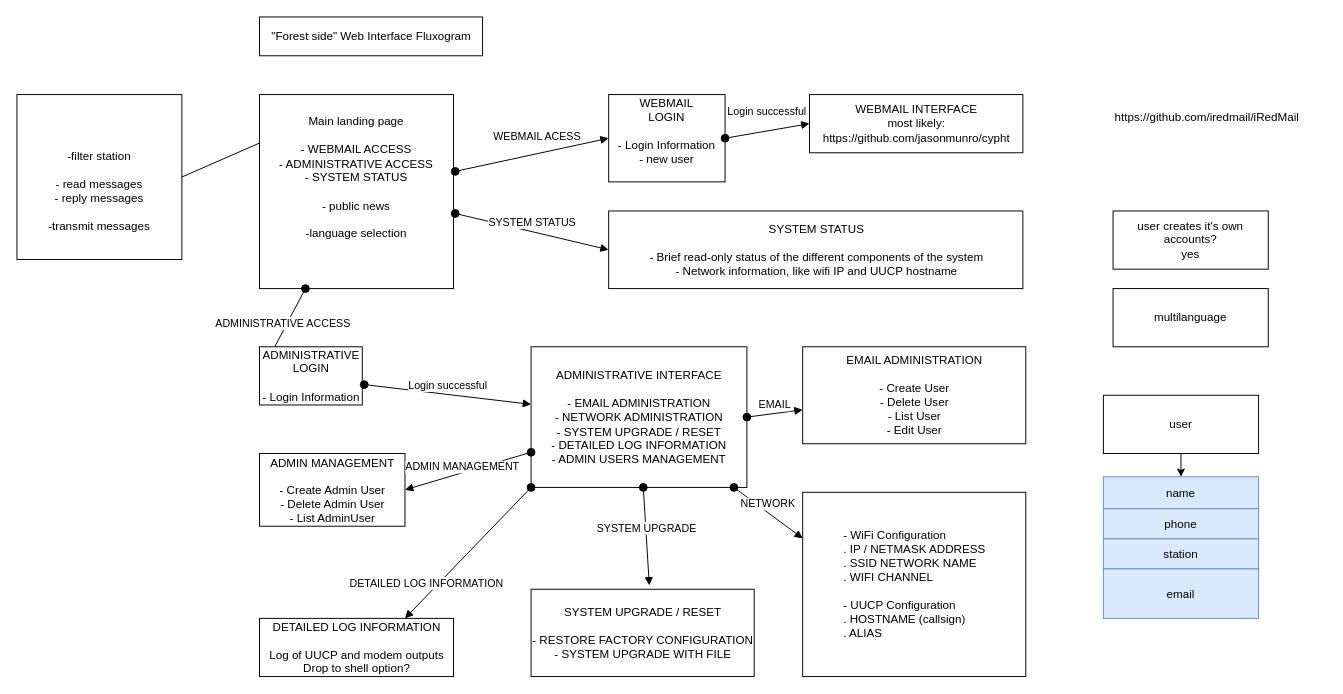
DigitalHERMES/interface keeps this draw.io diagram as interface_fluxogram.drawio. Above is the earlier version. Source tidied: cells renumbered, new cells numbered last; positions are measured from the earlier drawing's top-left corner, leaving out a move shared by most shapes. Both pictures are drawn from the tidied source at 97%, with x=0, y=0 at pixel (16, 16).
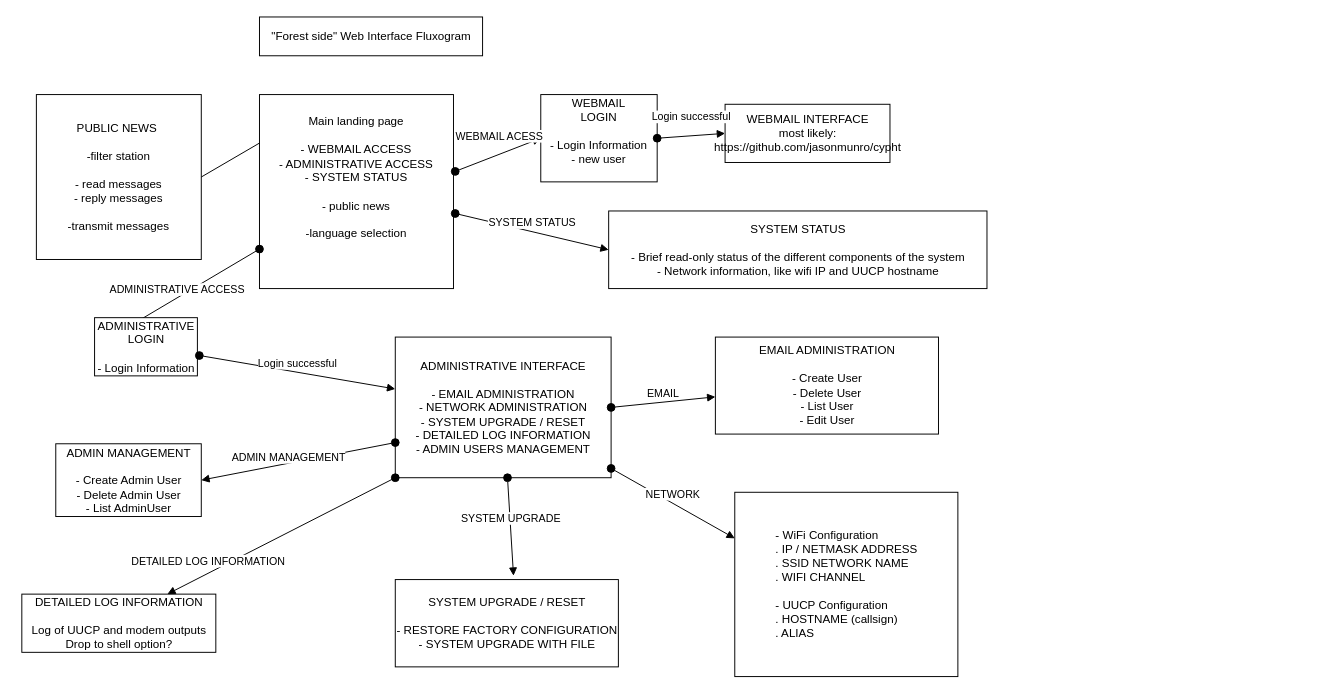
Above is the later version.

The edit, as a diff of the source:
```diff
@@
     <mxCell id="3" value="&lt;div&gt;WEBMAIL&lt;/div&gt;&lt;div&gt;LOGIN&lt;br&gt;&lt;/div&gt;&lt;div&gt;&lt;br&gt;&lt;/div&gt;&lt;div&gt;- Login Information&lt;/div&gt;&lt;div&gt;&lt;div&gt;- new user&lt;/div&gt;&lt;div&gt;&lt;br&gt;&lt;/div&gt;&lt;/div&gt;" style="rounded=0;whiteSpace=wrap;html=1;" parent="1" vertex="1">
-      <mxGeometry x="610" y="80" width="120" height="90" as="geometry" />
+      <mxGeometry x="540" y="80" width="120" height="90" as="geometry" />
     </mxCell>
@@
     <mxCell id="5" value="&lt;div&gt;SYSTEM STATUS&lt;/div&gt;&lt;div&gt;&lt;br&gt;&lt;/div&gt;&lt;div&gt;- Brief read-only status of the different components of the system&lt;/div&gt;&lt;div&gt;- Network information, like wifi IP and UUCP hostname&lt;br&gt;&lt;/div&gt;" style="html=1;" parent="1" vertex="1">
-      <mxGeometry x="610" y="200" width="427" height="80" as="geometry" />
+      <mxGeometry x="610" y="200" width="390" height="80" as="geometry" />
     </mxCell>
@@
     <mxCell id="7" value="&lt;div&gt;WEBMAIL INTERFACE&lt;br&gt;&lt;/div&gt;&lt;div&gt;most likely:&lt;/div&gt;&lt;div&gt; https://github.com/jasonmunro/cypht&lt;br&gt;&lt;/div&gt;" style="html=1;" parent="1" vertex="1">
-      <mxGeometry x="817" y="80" width="220" height="60" as="geometry" />
+      <mxGeometry x="730" y="90" width="170" height="60" as="geometry" />
     </mxCell>
@@
     <mxCell id="10" value="&lt;div&gt;ADMINISTRATIVE INTERFACE&lt;/div&gt;&lt;div&gt;&lt;br&gt;&lt;/div&gt;&lt;div&gt;- EMAIL ADMINISTRATION&lt;/div&gt;&lt;div&gt;- NETWORK ADMINISTRATION&lt;/div&gt;&lt;div&gt;- SYSTEM UPGRADE / RESET&lt;br&gt;&lt;/div&gt;&lt;div&gt;- DETAILED LOG INFORMATION&lt;/div&gt;&lt;div&gt;- ADMIN USERS MANAGEMENT&lt;br&gt;&lt;/div&gt;" style="html=1;" parent="1" vertex="1">
-      <mxGeometry x="530" y="340" width="222.5" height="145" as="geometry" />
+      <mxGeometry x="390" y="330" width="222.5" height="145" as="geometry" />
     </mxCell>
     <mxCell id="11" value="&lt;div&gt;ADMINISTRATIVE&lt;/div&gt;&lt;div&gt;LOGIN&lt;/div&gt;&lt;div&gt;&lt;br&gt;&lt;/div&gt;&lt;div&gt;- Login Information&lt;br&gt;&lt;/div&gt;" style="html=1;" parent="1" vertex="1">
-      <mxGeometry x="250" y="340" width="106" height="60" as="geometry" />
+      <mxGeometry x="80" y="310" width="106" height="60" as="geometry" />
     </mxCell>
@@
     <mxCell id="15" value="&lt;div&gt;EMAIL ADMINISTRATION&lt;/div&gt;&lt;div&gt;&lt;br&gt;&lt;/div&gt;&lt;div&gt;- Create User&lt;/div&gt;&lt;div&gt;- Delete User&lt;/div&gt;&lt;div&gt;- List User&lt;/div&gt;&lt;div&gt;- Edit User&lt;/div&gt;" style="html=1;" parent="1" vertex="1">
-      <mxGeometry x="810" y="340" width="230" height="100" as="geometry" />
+      <mxGeometry x="720" y="330" width="230" height="100" as="geometry" />
     </mxCell>
     <mxCell id="16" value="&lt;div align=&quot;left&quot;&gt;- WiFi Configuration&lt;/div&gt;&lt;div align=&quot;left&quot;&gt;. IP / NETMASK ADDRESS&lt;/div&gt;&lt;div align=&quot;left&quot;&gt;. SSID NETWORK NAME&lt;/div&gt;&lt;div align=&quot;left&quot;&gt;. WIFI CHANNEL&lt;/div&gt;&lt;div align=&quot;left&quot;&gt;&lt;br&gt;&lt;/div&gt;&lt;div align=&quot;left&quot;&gt;- UUCP Configuration&lt;/div&gt;&lt;div align=&quot;left&quot;&gt;. HOSTNAME (callsign)&lt;br&gt;&lt;/div&gt;&lt;div align=&quot;left&quot;&gt;. ALIAS&lt;br&gt;&lt;/div&gt;" style="html=1;" parent="1" vertex="1">
-      <mxGeometry x="810" y="490" width="230" height="190" as="geometry" />
+      <mxGeometry x="740" y="490" width="230" height="190" as="geometry" />
     </mxCell>
@@
     <mxCell id="18" value="&lt;div&gt;SYSTEM UPGRADE / RESET&lt;/div&gt;&lt;div&gt;&lt;br&gt;&lt;/div&gt;&lt;div&gt;- RESTORE FACTORY CONFIGURATION&lt;/div&gt;&lt;div&gt;- SYSTEM UPGRADE WITH FILE&lt;br&gt;&lt;/div&gt;" style="html=1;" parent="1" vertex="1">
-      <mxGeometry x="530" y="590" width="230" height="90" as="geometry" />
+      <mxGeometry x="390" y="580" width="230" height="90" as="geometry" />
     </mxCell>
@@
     <mxCell id="20" value="&lt;div&gt;DETAILED LOG INFORMATION&lt;/div&gt;&lt;div&gt;&lt;br&gt;&lt;/div&gt;&lt;div&gt;Log of UUCP and modem outputs&lt;/div&gt;&lt;div&gt;Drop to shell option?&lt;br&gt;&lt;/div&gt;" style="html=1;" parent="1" vertex="1">
-      <mxGeometry x="250" y="620" width="200" height="60" as="geometry" />
+      <mxGeometry x="5" y="595" width="200" height="60" as="geometry" />
     </mxCell>
@@
     <mxCell id="22" value="&lt;div&gt;ADMIN MANAGEMENT&lt;/div&gt;&lt;div&gt;&lt;br&gt;&lt;/div&gt;&lt;div&gt;- Create Admin User&lt;/div&gt;&lt;div&gt;- Delete Admin User&lt;/div&gt;&lt;div&gt;- List AdminUser&lt;br&gt;&lt;/div&gt;" style="html=1;" parent="1" vertex="1">
-      <mxGeometry x="250" y="450" width="150" height="75" as="geometry" />
+      <mxGeometry x="40" y="440" width="150" height="75" as="geometry" />
     </mxCell>
@@
-    <mxCell id="24" value="https://github.com/iredmail/iRedMail" style="text;whiteSpace=wrap;html=1;" parent="1" vertex="1">
-      <mxGeometry x="1130" y="90" width="220" height="30" as="geometry" />
-    </mxCell>
-    <mxCell id="25" value="user creates it's own accounts?&lt;br&gt;yes" style="whiteSpace=wrap;html=1;" parent="1" vertex="1">
-      <mxGeometry x="1130" y="200" width="160" height="60" as="geometry" />
-    </mxCell>
-    <mxCell id="26" value="multilanguage" style="rounded=0;whiteSpace=wrap;html=1;" parent="1" vertex="1">
-      <mxGeometry x="1130" y="280" width="160" height="60" as="geometry" />
-    </mxCell>
-    <mxCell id="27" style="edgeStyle=orthogonalEdgeStyle;rounded=0;jettySize=auto;html=1;exitX=0.5;exitY=1;exitDx=0;exitDy=0;entryX=0.5;entryY=0;entryDx=0;entryDy=0;" parent="1" edge="1" source="28" target="29">
-      <mxGeometry relative="1" as="geometry" />
-    </mxCell>
-    <mxCell id="28" value="user" style="rounded=0;whiteSpace=wrap;html=1;" parent="1" vertex="1">
-      <mxGeometry x="1120" y="390" width="160" height="60" as="geometry" />
-    </mxCell>
-    <mxCell id="29" value="name" style="rounded=0;whiteSpace=wrap;html=1;fillColor=#dae8fc;strokeColor=#6c8ebf;" parent="1" vertex="1">
-      <mxGeometry x="1120" y="474" width="160" height="33" as="geometry" />
-    </mxCell>
-    <mxCell id="30" value="phone" style="rounded=0;whiteSpace=wrap;html=1;fillColor=#dae8fc;strokeColor=#6c8ebf;" parent="1" vertex="1">
-      <mxGeometry x="1120" y="507" width="160" height="31" as="geometry" />
-    </mxCell>
-    <mxCell id="31" style="edgeStyle=orthogonalEdgeStyle;rounded=0;orthogonalLoop=1;jettySize=auto;html=1;exitX=0.5;exitY=1;exitDx=0;exitDy=0;fillColor=#dae8fc;strokeColor=#6c8ebf;" parent="1" edge="1" source="30" target="30">
-      <mxGeometry relative="1" as="geometry" />
-    </mxCell>
-    <mxCell id="32" value="station" style="rounded=0;whiteSpace=wrap;html=1;fillColor=#dae8fc;strokeColor=#6c8ebf;" parent="1" vertex="1">
-      <mxGeometry x="1120" y="538" width="160" height="31" as="geometry" />
-    </mxCell>
-    <mxCell id="33" value="email" style="rounded=0;whiteSpace=wrap;html=1;fillColor=#dae8fc;strokeColor=#6c8ebf;" parent="1" vertex="1">
-      <mxGeometry x="1120" y="569" width="160" height="51" as="geometry" />
-    </mxCell>
@@
-    <mxCell id="35" value="&amp;nbsp;&lt;br&gt;&lt;br&gt;-filter station&lt;br&gt;&lt;br&gt;- read messages&lt;br&gt;- reply messages&lt;br&gt;&lt;br&gt;-transmit messages" style="rounded=0;whiteSpace=wrap;html=1;" parent="1" vertex="1">
-      <mxGeometry y="80" width="170" height="170" as="geometry" />
+    <mxCell id="35" value="PUBLIC NEWS&amp;nbsp;&lt;br&gt;&lt;br&gt;-filter station&lt;br&gt;&lt;br&gt;- read messages&lt;br&gt;- reply messages&lt;br&gt;&lt;br&gt;-transmit messages" style="rounded=0;whiteSpace=wrap;html=1;" parent="1" vertex="1">
+      <mxGeometry x="20" y="80" width="170" height="170" as="geometry" />
     </mxCell>
```
